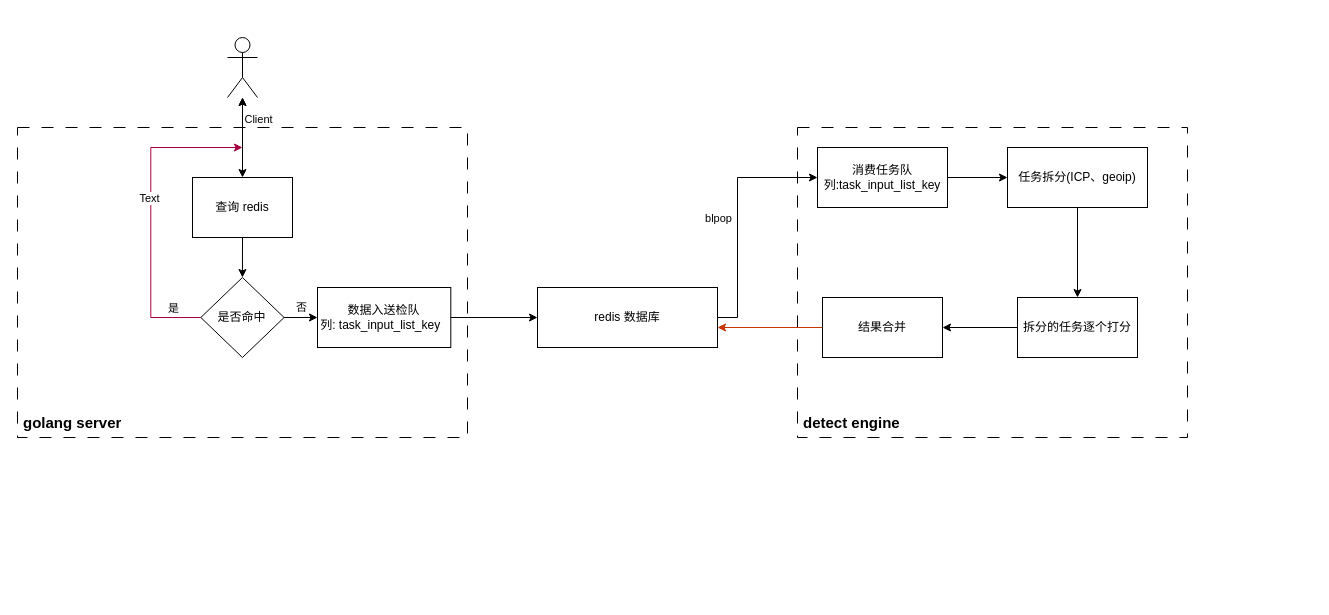
Above: DRS_系统_故障演练材料.drawio in qixiaohu/flow-process-diagram (draw.io), before the change. Source tidied: cells renumbered, new cells numbered last; positions are measured from the earlier drawing's top-left corner, leaving out a move shared by most shapes. Both pictures are drawn from the tidied source at 100%, with x=0, y=0 at pixel (17, 37).
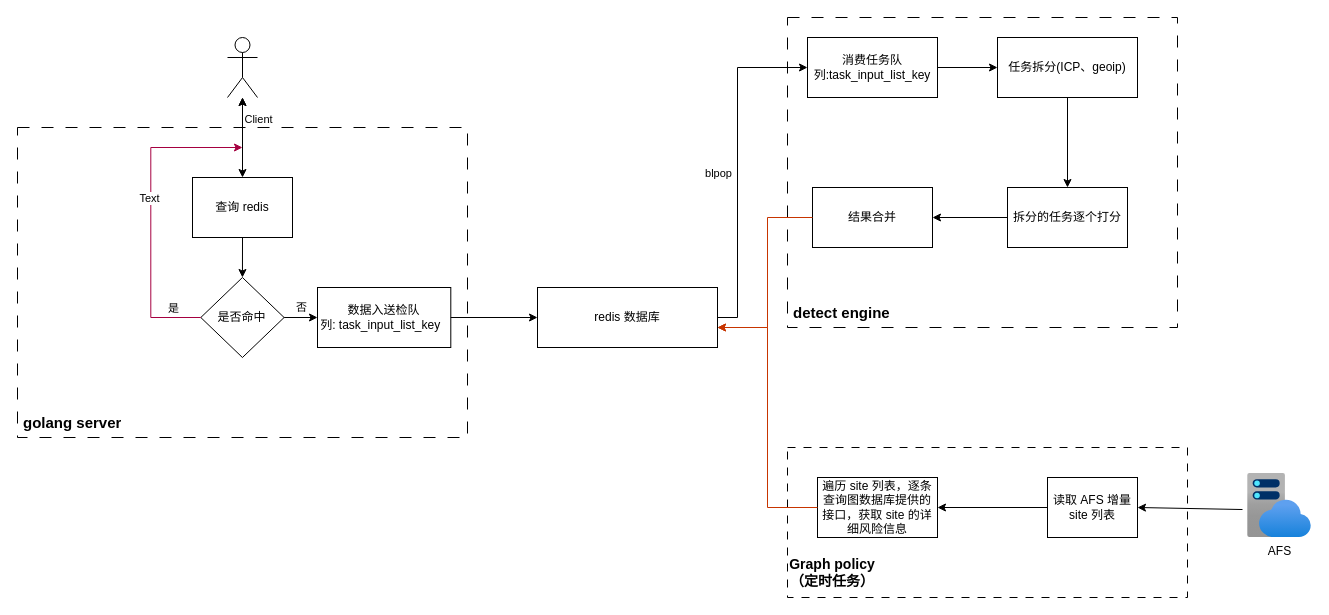
The same diagram, later.

Commit message:
更新DRS_系统_故障演练材料.drawio

Unchanged cells that the change refers to:
```xml
<mxCell id="16" value="redis 数据库" style="rounded=0;whiteSpace=wrap;html=1;" parent="1" vertex="1">
  <mxGeometry x="520" y="250" width="180" height="60" as="geometry" />
</mxCell>
<mxCell id="22" value="消费任务队列:task_input_list_key" style="rounded=0;whiteSpace=wrap;html=1;" parent="19" vertex="1">
  <mxGeometry x="20" y="20" width="130" height="60" as="geometry" />
</mxCell>
<mxCell id="27" value="结果合并" style="rounded=0;whiteSpace=wrap;html=1;" parent="19" vertex="1">
  <mxGeometry x="25" y="170" width="120" height="60" as="geometry" />
</mxCell>
```

What changed in the source:
```diff
@@
     <mxCell id="19" style="group;" parent="1" vertex="1">
-      <mxGeometry x="780" y="90" width="510" height="310" as="geometry" />
+      <mxGeometry x="770" y="-20" width="510" height="310" as="geometry" />
     </mxCell>
@@
     <mxCell id="29" style="endArrow=classic;html=1;rounded=0;exitX=1;exitY=0.5;exitDx=0;exitDy=0;entryX=0;entryY=0.5;entryDx=0;entryDy=0;" parent="1" edge="1" source="16" target="22">
       <mxGeometry relative="1" as="geometry">
         <Array as="points">
           <mxPoint x="720" y="280" />
-          <mxPoint x="720" y="140" />
+          <mxPoint x="720" y="30" />
         </Array>
       </mxGeometry>
     </mxCell>
@@
     <mxCell id="31" style="endArrow=classic;html=1;rounded=0;exitX=0;exitY=0.5;exitDx=0;exitDy=0;fillColor=#fa6800;strokeColor=#C73500;" parent="1" edge="1" source="27">
       <mxGeometry relative="1" as="geometry">
         <mxPoint x="700" y="290" as="targetPoint" />
+        <Array as="points">
+          <mxPoint x="750" y="180" />
+          <mxPoint x="750" y="290" />
+        </Array>
       </mxGeometry>
     </mxCell>
+    <mxCell id="32" style="rounded=0;whiteSpace=wrap;html=1;dashed=1;dashPattern=8 8;" parent="1" vertex="1">
+      <mxGeometry x="770" y="410" width="400" height="150" as="geometry" />
+    </mxCell>
+    <mxCell id="33" value="&lt;font style=&quot;font-size: 14px;&quot;&gt;&lt;b&gt;Graph policy（定时任务）&lt;/b&gt;&lt;/font&gt;" style="text;html=1;align=center;verticalAlign=middle;whiteSpace=wrap;rounded=0;strokeWidth=3;" parent="1" vertex="1">
+      <mxGeometry x="770" y="520" width="90" height="30" as="geometry" />
+    </mxCell>
+    <mxCell id="34" value="读取 AFS 增量 site 列表" style="rounded=0;whiteSpace=wrap;html=1;" parent="1" vertex="1">
+      <mxGeometry x="1030" y="440" width="90" height="60" as="geometry" />
+    </mxCell>
+    <mxCell id="35" value="遍历 site 列表，逐条查询图数据库提供的接口，获取 site 的详细风险信息" style="rounded=0;whiteSpace=wrap;html=1;" parent="1" vertex="1">
+      <mxGeometry x="800" y="440" width="120" height="60" as="geometry" />
+    </mxCell>
+    <mxCell id="36" style="endArrow=classic;html=1;rounded=0;" parent="1" edge="1" target="35">
+      <mxGeometry relative="1" as="geometry">
+        <mxPoint x="1030" y="470" as="sourcePoint" />
+      </mxGeometry>
+    </mxCell>
+    <mxCell id="37" value="AFS" style="image;html=1;points=[];align=center;fontSize=12;image=img/lib/azure2/app_services/App_Service_Plans.svg;" parent="1" vertex="1">
+      <mxGeometry x="1230" y="436" width="64" height="64" as="geometry" />
+    </mxCell>
+    <mxCell id="38" style="endArrow=classic;html=1;rounded=0;exitX=-0.078;exitY=0.563;exitDx=0;exitDy=0;exitPerimeter=0;entryX=1;entryY=0.5;entryDx=0;entryDy=0;" parent="1" edge="1" source="37" target="34">
+      <mxGeometry relative="1" as="geometry" />
+    </mxCell>
+    <mxCell id="39" style="endArrow=classic;html=1;rounded=0;exitX=0;exitY=0.5;exitDx=0;exitDy=0;fillColor=#fa6800;strokeColor=#C73500;" parent="1" edge="1" source="35">
+      <mxGeometry relative="1" as="geometry">
+        <mxPoint x="700" y="290" as="targetPoint" />
+        <Array as="points">
+          <mxPoint x="750" y="470" />
+          <mxPoint x="750" y="290" />
+        </Array>
+      </mxGeometry>
+    </mxCell>
```
